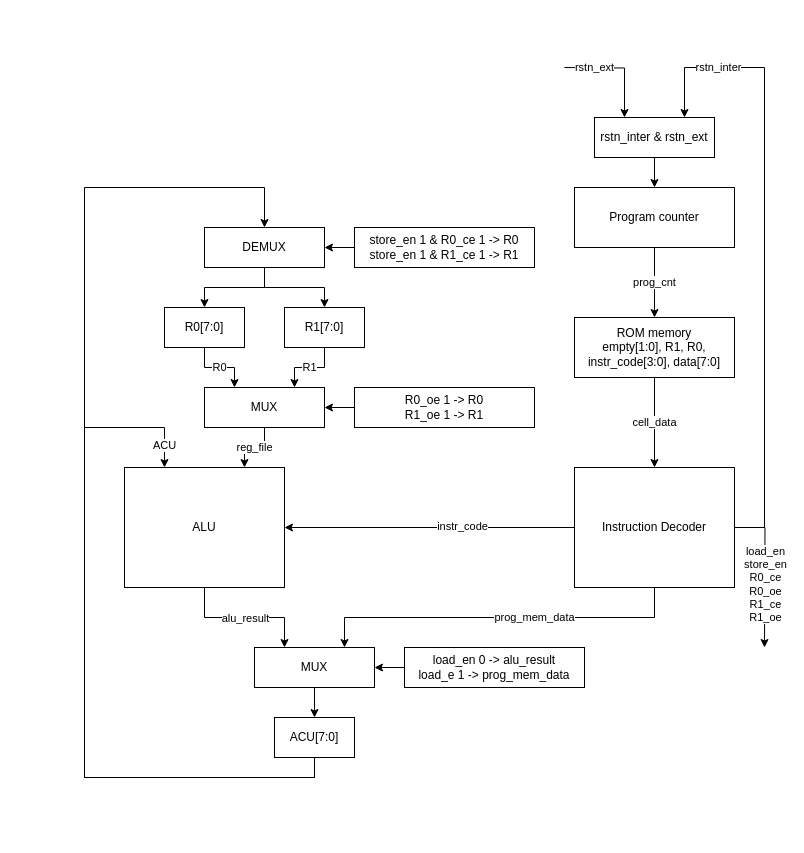
The draw.io diagram sch/hdl-processor.drawio in r-smalec/hdl-processor, before the edit. Source tidied: cells renumbered, new cells numbered last; positions are measured from the earlier drawing's top-left corner, leaving out a move shared by most shapes. Both pictures are drawn from the tidied source at 100%, with x=0, y=0 at pixel (84, 67).
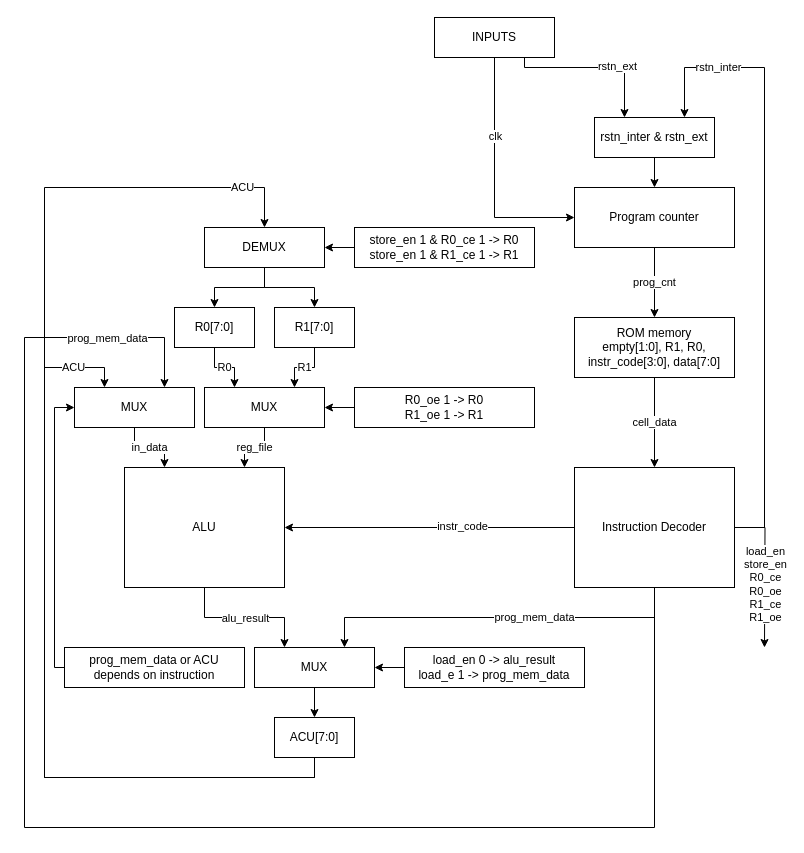
The same page after the edit.

The change refers to these unchanged cells:
```xml
<mxCell id="4" value="ALU" style="whiteSpace=wrap;html=1;" parent="1" vertex="1">
  <mxGeometry x="40" y="400" width="160" height="120" as="geometry" />
</mxCell>
<mxCell id="10" value="MUX" style="whiteSpace=wrap;html=1;" parent="1" vertex="1">
  <mxGeometry x="120" y="320" width="120" height="40" as="geometry" />
</mxCell>
<mxCell id="13" value="ACU[7:0]" style="whiteSpace=wrap;html=1;" parent="1" vertex="1">
  <mxGeometry x="190" y="650" width="80" height="40" as="geometry" />
</mxCell>
<mxCell id="20" value="Instruction Decoder" style="whiteSpace=wrap;html=1;" parent="1" vertex="1">
  <mxGeometry x="490" y="400" width="160" height="120" as="geometry" />
</mxCell>
<mxCell id="29" value="DEMUX" style="whiteSpace=wrap;html=1;" parent="1" vertex="1">
  <mxGeometry x="120" y="160" width="120" height="40" as="geometry" />
</mxCell>
<mxCell id="35" value="Program counter" style="whiteSpace=wrap;html=1;" parent="1" vertex="1">
  <mxGeometry x="490" y="120" width="160" height="60" as="geometry" />
</mxCell>
<mxCell id="37" value="rstn_inter &amp;amp; rstn_ext" style="whiteSpace=wrap;html=1;" parent="1" vertex="1">
  <mxGeometry x="510" y="50" width="120" height="40" as="geometry" />
</mxCell>
```

Change to the diagram source:
```diff
@@
     <mxCell id="5" value="R0" style="edgeStyle=orthogonalEdgeStyle;html=1;entryX=0.25;entryY=0;entryDx=0;entryDy=0;rounded=0;" parent="1" edge="1" source="6" target="10">
       <mxGeometry relative="1" as="geometry">
         <Array as="points">
-          <mxPoint x="120" y="300" />
+          <mxPoint x="130" y="300" />
           <mxPoint x="150" y="300" />
         </Array>
       </mxGeometry>
     </mxCell>
     <mxCell id="6" value="R0[7:0]" style="whiteSpace=wrap;html=1;" parent="1" vertex="1">
-      <mxGeometry x="80" y="240" width="80" height="40" as="geometry" />
+      <mxGeometry x="90" y="240" width="80" height="40" as="geometry" />
     </mxCell>
@@
     <mxCell id="8" value="R1[7:0]" style="whiteSpace=wrap;html=1;" parent="1" vertex="1">
-      <mxGeometry x="200" y="240" width="80" height="40" as="geometry" />
+      <mxGeometry x="190" y="240" width="80" height="40" as="geometry" />
     </mxCell>
@@
+    <mxCell id="12" style="edgeStyle=orthogonalEdgeStyle;rounded=0;html=1;entryX=0.5;entryY=0;entryDx=0;entryDy=0;" parent="1" edge="1" source="13" target="29">
+      <mxGeometry relative="1" as="geometry">
+        <Array as="points">
+          <mxPoint x="230" y="710" />
+          <mxPoint x="-40" y="710" />
+          <mxPoint x="-40" y="120" />
+          <mxPoint x="180" y="120" />
+        </Array>
+      </mxGeometry>
+    </mxCell>
+    <mxCell id="39" value="ACU" style="edgeLabel;html=1;align=center;verticalAlign=middle;" parent="12" vertex="1">
+      <mxGeometry x="0.89" y="1" relative="1" as="geometry" />
+    </mxCell>
-    <mxCell id="11" value="ACU" style="edgeStyle=orthogonalEdgeStyle;rounded=0;html=1;entryX=0.25;entryY=0;entryDx=0;entryDy=0;" parent="1" edge="1" source="13" target="4">
-      <mxGeometry x="0.94" relative="1" as="geometry">
+    <mxCell id="11" value="ACU" style="edgeStyle=orthogonalEdgeStyle;rounded=0;html=1;entryX=0.25;entryY=0;entryDx=0;entryDy=0;" parent="1" edge="1" source="13" target="47">
+      <mxGeometry x="0.87" relative="1" as="geometry">
         <Array as="points">
           <mxPoint x="230" y="710" />
-          <mxPoint y="710" />
-          <mxPoint y="360" />
-          <mxPoint x="80" y="360" />
+          <mxPoint x="-40" y="710" />
+          <mxPoint x="-40" y="300" />
+          <mxPoint x="20" y="300" />
         </Array>
       </mxGeometry>
     </mxCell>
-    <mxCell id="12" style="edgeStyle=orthogonalEdgeStyle;rounded=0;html=1;entryX=0.5;entryY=0;entryDx=0;entryDy=0;" parent="1" edge="1" source="13" target="29">
-      <mxGeometry relative="1" as="geometry">
-        <Array as="points">
-          <mxPoint x="230" y="710" />
-          <mxPoint y="710" />
-          <mxPoint y="120" />
-          <mxPoint x="180" y="120" />
-        </Array>
-      </mxGeometry>
-    </mxCell>
@@
+    <mxCell id="40" style="edgeStyle=orthogonalEdgeStyle;rounded=0;html=1;entryX=0.75;entryY=0;entryDx=0;entryDy=0;" parent="1" edge="1" source="20" target="47">
+      <mxGeometry relative="1" as="geometry">
+        <Array as="points">
+          <mxPoint x="570" y="760" />
+          <mxPoint x="-60" y="760" />
+          <mxPoint x="-60" y="270" />
+          <mxPoint x="80" y="270" />
+        </Array>
+      </mxGeometry>
+    </mxCell>
+    <mxCell id="41" value="prog_mem_data" style="edgeLabel;html=1;align=center;verticalAlign=middle;" parent="40" vertex="1">
+      <mxGeometry x="0.86" relative="1" as="geometry" />
+    </mxCell>
@@
+    <mxCell id="42" style="edgeStyle=orthogonalEdgeStyle;rounded=0;html=1;entryX=0.25;entryY=0;entryDx=0;entryDy=0;" parent="1" edge="1" source="45" target="37">
+      <mxGeometry relative="1" as="geometry">
+        <Array as="points">
+          <mxPoint x="440" />
+          <mxPoint x="540" />
+        </Array>
+      </mxGeometry>
+    </mxCell>
-    <mxCell id="38" value="rstn_ext" style="edgeStyle=orthogonalEdgeStyle;rounded=0;html=1;entryX=0.25;entryY=0;entryDx=0;entryDy=0;" parent="1" edge="1" target="37">
-      <mxGeometry x="-0.46" relative="1" as="geometry">
-        <mxPoint x="480" as="sourcePoint" />
+    <mxCell id="38" value="rstn_ext" style="edgeLabel;html=1;align=center;verticalAlign=middle;" parent="42" vertex="1">
+      <mxGeometry x="-0.61" y="2" relative="1" as="geometry">
+        <mxPoint x="71" as="offset" />
       </mxGeometry>
     </mxCell>
+    <mxCell id="43" style="edgeStyle=orthogonalEdgeStyle;rounded=0;html=1;entryX=0;entryY=0.5;entryDx=0;entryDy=0;" parent="1" edge="1" source="45" target="35">
+      <mxGeometry relative="1" as="geometry">
+        <Array as="points">
+          <mxPoint x="410" y="150" />
+        </Array>
+      </mxGeometry>
+    </mxCell>
+    <mxCell id="44" value="clk" style="edgeLabel;html=1;align=center;verticalAlign=middle;" parent="43" vertex="1">
+      <mxGeometry x="-0.35" relative="1" as="geometry" />
+    </mxCell>
+    <mxCell id="45" value="INPUTS" style="whiteSpace=wrap;html=1;" parent="1" vertex="1">
+      <mxGeometry x="350" y="-50" width="120" height="40" as="geometry" />
+    </mxCell>
+    <mxCell id="46" value="in_data" style="edgeStyle=orthogonalEdgeStyle;rounded=0;html=1;entryX=0.25;entryY=0;entryDx=0;entryDy=0;" parent="1" edge="1" source="47" target="4">
+      <mxGeometry relative="1" as="geometry" />
+    </mxCell>
+    <mxCell id="47" value="MUX" style="whiteSpace=wrap;html=1;" parent="1" vertex="1">
+      <mxGeometry x="-10" y="320" width="120" height="40" as="geometry" />
+    </mxCell>
+    <mxCell id="48" style="edgeStyle=orthogonalEdgeStyle;rounded=0;html=1;entryX=0;entryY=0.5;entryDx=0;entryDy=0;" parent="1" edge="1" source="49" target="47">
+      <mxGeometry relative="1" as="geometry">
+        <Array as="points">
+          <mxPoint x="-30" y="600" />
+          <mxPoint x="-30" y="340" />
+        </Array>
+      </mxGeometry>
+    </mxCell>
+    <mxCell id="49" value="prog_mem_data or ACU depends on instruction" style="whiteSpace=wrap;html=1;" parent="1" vertex="1">
+      <mxGeometry x="-20" y="580" width="180" height="40" as="geometry" />
+    </mxCell>
```
